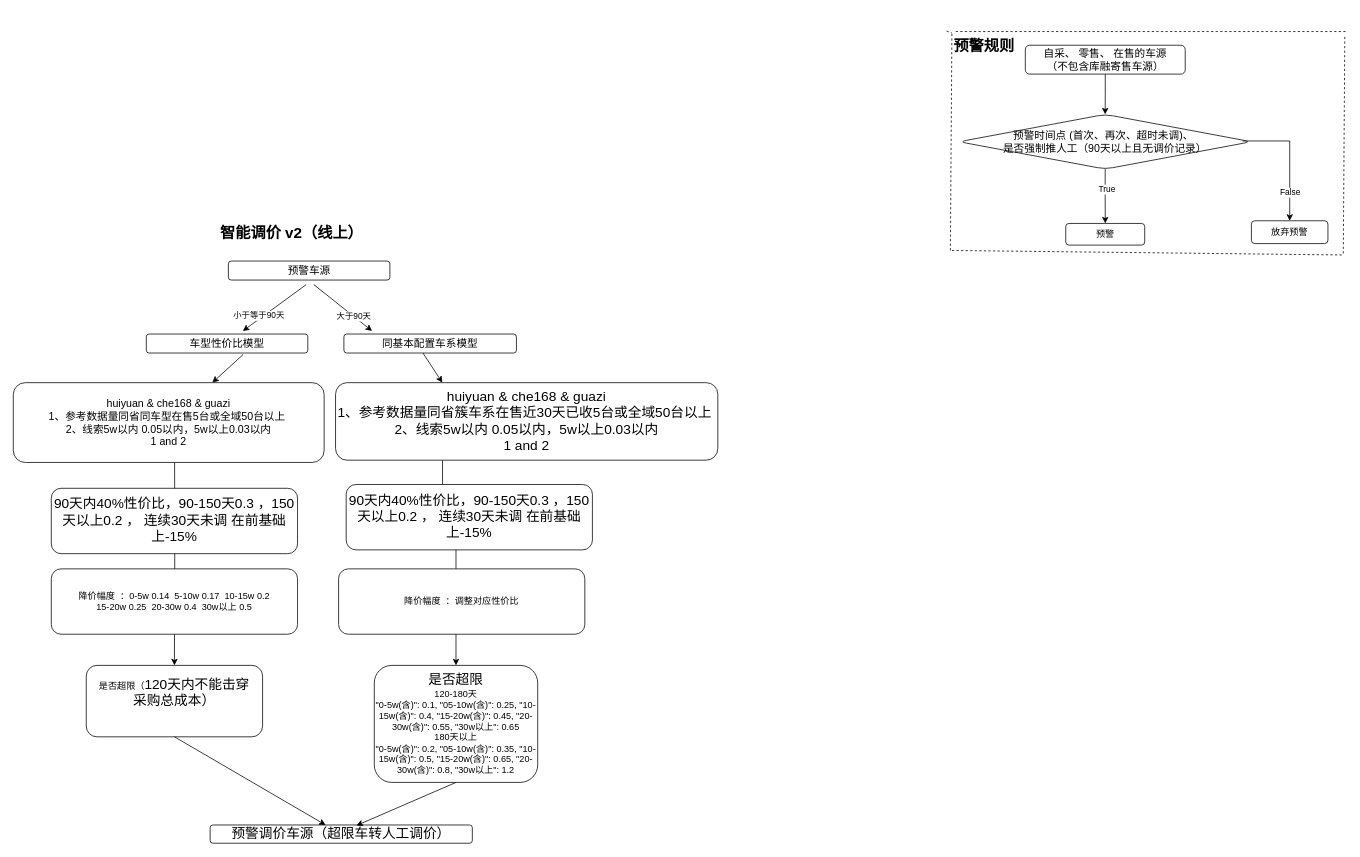
Above: 1202调价流程图.drawio in mrlonely001/gittest (draw.io), before the change. Source tidied: cells renumbered, new cells numbered last; positions are measured from the earlier drawing's top-left corner, leaving out a move shared by most shapes. Both pictures are drawn from the tidied source at 76%, with x=0, y=0 at pixel (13, 13).
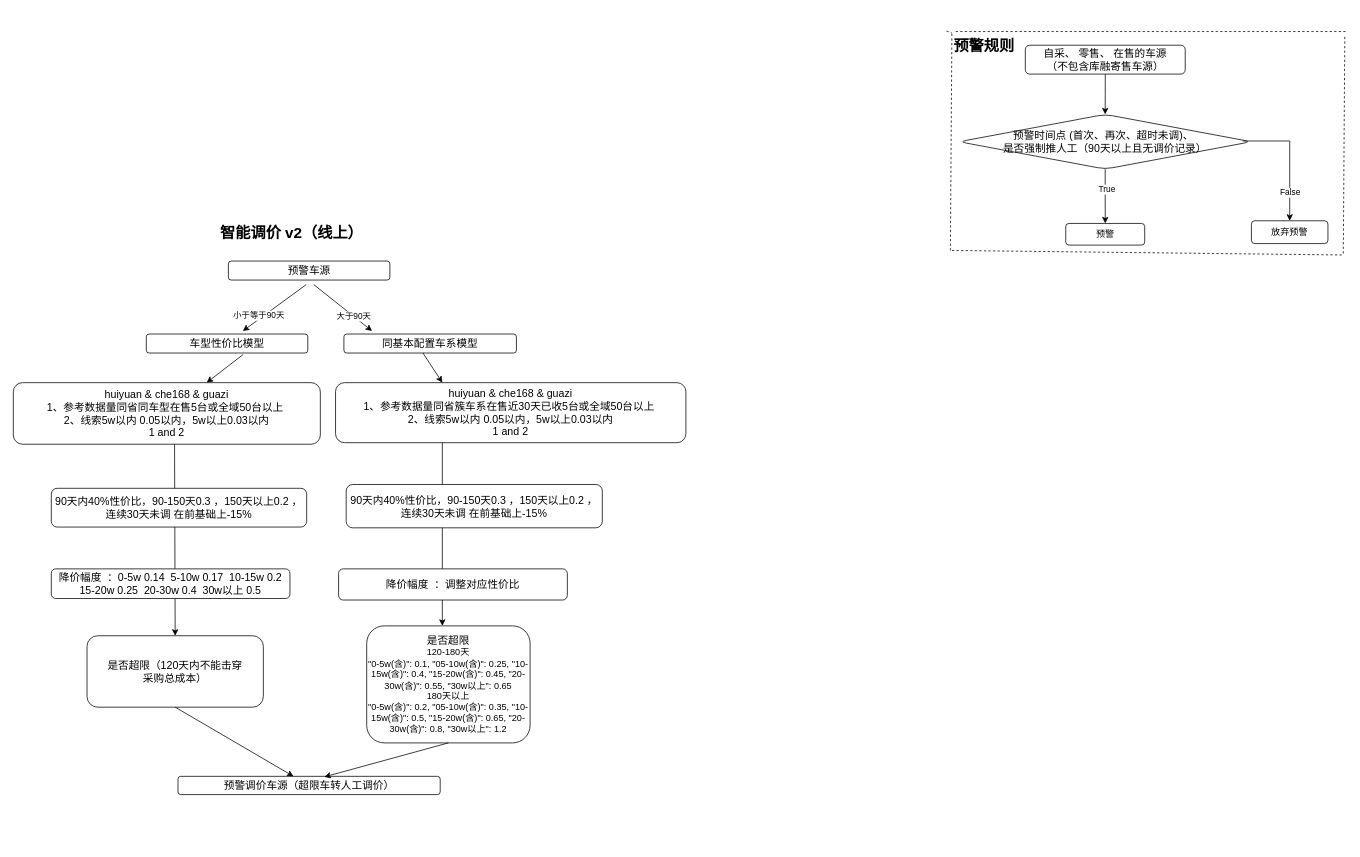
Above is the later version.

The edit, as a diff of the source:
```diff
@@
-    <mxCell id="12" style="edgeStyle=orthogonalEdgeStyle;rounded=0;jettySize=auto;html=1;fontSize=18;entryX=0.5;entryY=0;entryDx=0;entryDy=0;" parent="1" edge="1" target="17">
+    <mxCell id="12" style="edgeStyle=orthogonalEdgeStyle;rounded=0;jettySize=auto;html=1;fontSize=18;" parent="1" edge="1" target="17">
       <mxGeometry relative="1" as="geometry">
-        <mxPoint x="564.5" y="511" as="sourcePoint" />
+        <mxPoint x="564.5" y="506" as="sourcePoint" />
+        <Array as="points">
+          <mxPoint x="565" y="866" />
+          <mxPoint x="565" y="866" />
+        </Array>
       </mxGeometry>
     </mxCell>
@@
     <mxCell id="14" value="&lt;font style=&quot;&quot;&gt;&lt;font style=&quot;font-size: 14px;&quot;&gt;huiyuan &amp;amp; che168 &amp;amp; guazi&lt;br&gt;1、参考数据量同省同车型在售5台或全域50台以上&amp;nbsp;&lt;br&gt;2、线索5w以内 0.05以内，5w以上0.03以内&lt;br&gt;1 and 2&lt;/font&gt;&lt;br&gt;&lt;/font&gt;" style="rounded=1;whiteSpace=wrap;html=1;" parent="1" vertex="1">
-      <mxGeometry y="486" width="409" height="105" as="geometry" />
+      <mxGeometry y="486" width="404" height="81" as="geometry" />
     </mxCell>
-    <mxCell id="15" value="&lt;span style=&quot;font-size: 18px;&quot;&gt;90天内40%性价比，90-150天0.3 ，150天以上0.2 ， 连续30天未调 在前基础上-15%&lt;/span&gt;" style="rounded=1;whiteSpace=wrap;html=1;" parent="1" vertex="1">
-      <mxGeometry x="50" y="625" width="324" height="86" as="geometry" />
+    <mxCell id="15" value="&lt;font style=&quot;font-size: 14px;&quot;&gt;90天内40%性价比，90-150天0.3 ，150天以上0.2 ， 连续30天未调 在前基础上-15%&lt;/font&gt;" style="rounded=1;whiteSpace=wrap;html=1;" parent="1" vertex="1">
+      <mxGeometry x="50" y="625" width="336" height="51" as="geometry" />
     </mxCell>
-    <mxCell id="16" value="是否超限（&lt;span style=&quot;font-size: 18px;&quot;&gt;120天内不能击穿&lt;/span&gt;&lt;span style=&quot;font-size: 18px;&quot;&gt;&lt;br&gt;采购总成本）&lt;br&gt;&lt;br&gt;&lt;/span&gt;" style="rounded=1;whiteSpace=wrap;html=1;" parent="1" vertex="1">
-      <mxGeometry x="96" y="858" width="232" height="94" as="geometry" />
+    <mxCell id="16" value="&lt;font style=&quot;font-size: 14px;&quot;&gt;是否超限（120天内不能击穿&lt;br&gt;采购总成本）&lt;br&gt;&lt;/font&gt;" style="rounded=1;whiteSpace=wrap;html=1;" parent="1" vertex="1">
+      <mxGeometry x="97" y="819" width="232" height="94" as="geometry" />
     </mxCell>
-    <mxCell id="17" value="&lt;span style=&quot;font-size: 18px;&quot;&gt;是否超限&lt;br&gt;&lt;/span&gt;120-180天&lt;br&gt;&lt;font style=&quot;font-size: 12px;&quot;&gt;&quot;0-5w(含)&quot;: 0.1, &quot;05-10w(含)&quot;: 0.25, &quot;10-15w(含)&quot;: 0.4, &quot;15-20w(含)&quot;: 0.45, &quot;20-30w(含)&quot;: 0.55, &quot;30w以上&quot;: 0.65&lt;/font&gt;&lt;br&gt;180天以上&lt;br&gt;&quot;0-5w(含)&quot;: 0.2, &quot;05-10w(含)&quot;: 0.35, &quot;10-15w(含)&quot;: 0.5, &quot;15-20w(含)&quot;: 0.65, &quot;20-30w(含)&quot;: 0.8, &quot;30w以上&quot;: 1.2" style="rounded=1;whiteSpace=wrap;html=1;" parent="1" vertex="1">
-      <mxGeometry x="475" y="858" width="215" height="154" as="geometry" />
+    <mxCell id="17" value="&lt;font style=&quot;font-size: 14px;&quot;&gt;是否超限&lt;br&gt;&lt;/font&gt;120-180天&lt;br&gt;&lt;font style=&quot;font-size: 12px;&quot;&gt;&quot;0-5w(含)&quot;: 0.1, &quot;05-10w(含)&quot;: 0.25, &quot;10-15w(含)&quot;: 0.4, &quot;15-20w(含)&quot;: 0.45, &quot;20-30w(含)&quot;: 0.55, &quot;30w以上&quot;: 0.65&lt;/font&gt;&lt;br&gt;180天以上&lt;br&gt;&quot;0-5w(含)&quot;: 0.2, &quot;05-10w(含)&quot;: 0.35, &quot;10-15w(含)&quot;: 0.5, &quot;15-20w(含)&quot;: 0.65, &quot;20-30w(含)&quot;: 0.8, &quot;30w以上&quot;: 1.2" style="rounded=1;whiteSpace=wrap;html=1;" parent="1" vertex="1">
+      <mxGeometry x="465" y="806" width="215" height="154" as="geometry" />
     </mxCell>
-    <mxCell id="18" value="&lt;span style=&quot;font-size: 18px;&quot;&gt;预警调价车源（超限车转人工调价）&lt;br&gt;&lt;/span&gt;" style="rounded=1;whiteSpace=wrap;html=1;" parent="1" vertex="1">
-      <mxGeometry x="259" y="1068" width="345" height="24" as="geometry" />
+    <mxCell id="18" value="&lt;font style=&quot;font-size: 14px;&quot;&gt;预警调价车源（超限车转人工调价）&lt;/font&gt;" style="rounded=1;whiteSpace=wrap;html=1;" parent="1" vertex="1">
+      <mxGeometry x="216.7" y="1004" width="345" height="24" as="geometry" />
     </mxCell>
@@
-    <mxCell id="39" value="降价幅度&amp;nbsp; ：0-5w 0.14&amp;nbsp; 5-10w 0.17&amp;nbsp; 10-15w 0.2&lt;br&gt;15-20w 0.25&amp;nbsp; 20-30w 0.4&amp;nbsp; 30w以上 0.5" style="rounded=1;whiteSpace=wrap;html=1;" parent="1" vertex="1">
-      <mxGeometry x="50" y="731" width="324" height="86" as="geometry" />
+    <mxCell id="39" value="&lt;font style=&quot;font-size: 14px;&quot;&gt;降价幅度&amp;nbsp; ：0-5w 0.14&amp;nbsp; 5-10w 0.17&amp;nbsp; 10-15w 0.2&lt;br&gt;15-20w 0.25&amp;nbsp; 20-30w 0.4&amp;nbsp; 30w以上 0.5&lt;/font&gt;" style="rounded=1;whiteSpace=wrap;html=1;" parent="1" vertex="1">
+      <mxGeometry x="50" y="731" width="314" height="39" as="geometry" />
     </mxCell>
-    <mxCell id="40" value="&lt;span style=&quot;font-size: 18px;&quot;&gt;90天内40%性价比，90-150天0.3 ，150天以上0.2 ， 连续30天未调 在前基础上-15%&lt;/span&gt;" style="rounded=1;whiteSpace=wrap;html=1;" parent="1" vertex="1">
-      <mxGeometry x="438" y="620" width="324" height="86" as="geometry" />
+    <mxCell id="40" value="&lt;font style=&quot;font-size: 14px;&quot;&gt;90天内40%性价比，90-150天0.3 ，150天以上0.2 ， 连续30天未调 在前基础上-15%&lt;/font&gt;" style="rounded=1;whiteSpace=wrap;html=1;" parent="1" vertex="1">
+      <mxGeometry x="438" y="620" width="337" height="57" as="geometry" />
     </mxCell>
-    <mxCell id="41" value="&lt;font style=&quot;font-size: 18px;&quot;&gt;huiyuan &amp;amp; che168 &amp;amp; guazi&lt;br&gt;1、参考数据量同省簇车系在售近30天已收5台或全域50台以上&amp;nbsp;&lt;br&gt;2、线索5w以内 0.05以内，5w以上0.03以内&lt;br&gt;1 and 2&lt;br&gt;&lt;/font&gt;" style="rounded=1;whiteSpace=wrap;html=1;" parent="1" vertex="1">
-      <mxGeometry x="424" y="486" width="503" height="102" as="geometry" />
+    <mxCell id="41" value="&lt;font style=&quot;&quot;&gt;&lt;font style=&quot;font-size: 14px;&quot;&gt;huiyuan &amp;amp; che168 &amp;amp; guazi&lt;br&gt;1、参考数据量同省簇车系在售近30天已收5台或全域50台以上&amp;nbsp;&lt;br&gt;2、线索5w以内 0.05以内，5w以上0.03以内&lt;br&gt;1 and 2&lt;/font&gt;&lt;br&gt;&lt;/font&gt;" style="rounded=1;whiteSpace=wrap;html=1;" parent="1" vertex="1">
+      <mxGeometry x="424" y="486" width="461" height="79" as="geometry" />
     </mxCell>
-    <mxCell id="42" value="降价幅度&amp;nbsp; ：调整对应性价比" style="rounded=1;whiteSpace=wrap;html=1;" parent="1" vertex="1">
-      <mxGeometry x="428" y="731" width="324" height="86" as="geometry" />
+    <mxCell id="42" value="&lt;font style=&quot;font-size: 14px;&quot;&gt;降价幅度&amp;nbsp; ：调整对应性价比&lt;/font&gt;" style="rounded=1;whiteSpace=wrap;html=1;" parent="1" vertex="1">
+      <mxGeometry x="428" y="731" width="301" height="41" as="geometry" />
     </mxCell>
```
